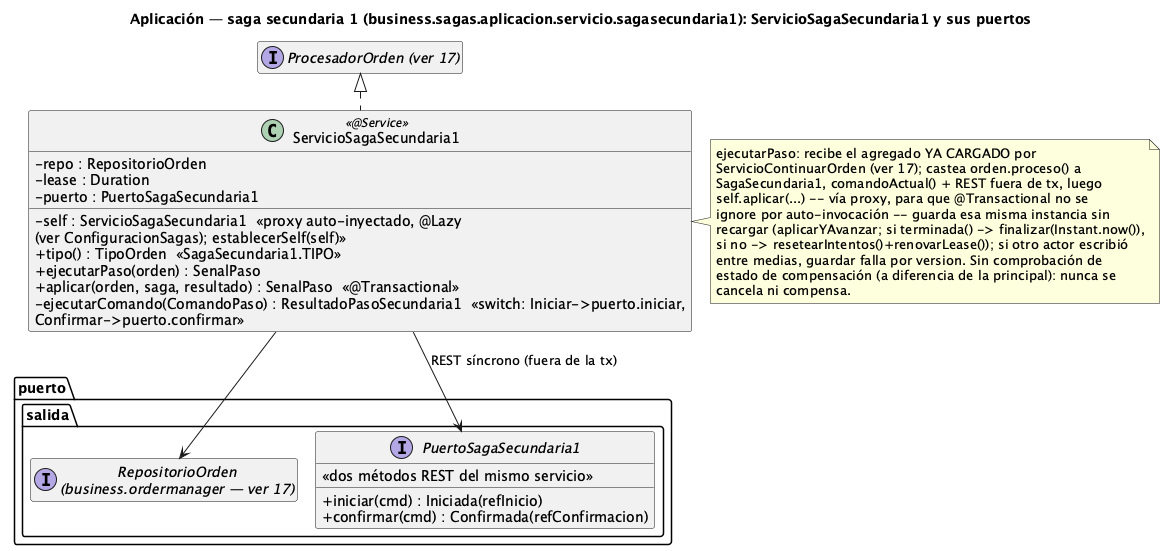
Above: order-manager/docs/19-clases-aplicacion-saga-secundaria1.png in ralcazar/patrones (PlantUML), before the change.
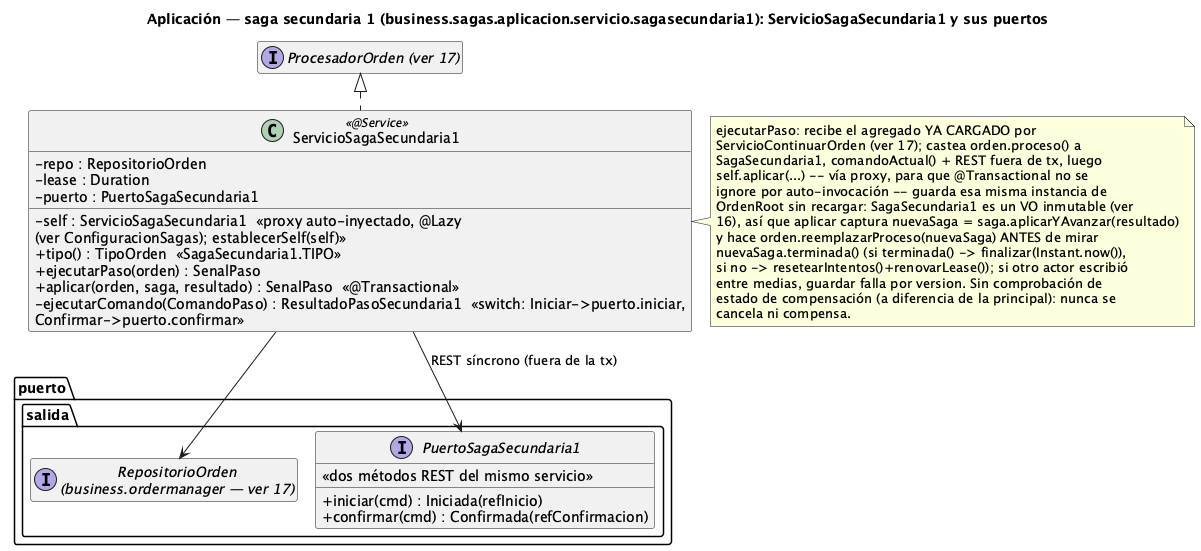
After the change.

The edit, as a diff of the source:
```diff
@@ -21,8 +21,11 @@
   ServicioContinuarOrden (ver 17); castea orden.proceso() a
   SagaSecundaria1, comandoActual() + REST fuera de tx, luego
   self.aplicar(...) -- vía proxy, para que @Transactional no se
-  ignore por auto-invocación -- guarda esa misma instancia sin
-  recargar (aplicarYAvanzar; si terminada() -> finalizar(Instant.now()),
+  ignore por auto-invocación -- guarda esa misma instancia de
+  OrdenRoot sin recargar: SagaSecundaria1 es un VO inmutable (ver
+  16), así que aplicar captura nuevaSaga = saga.aplicarYAvanzar(resultado)
+  y hace orden.reemplazarProceso(nuevaSaga) ANTES de mirar
+  nuevaSaga.terminada() (si terminada() -> finalizar(Instant.now()),
   si no -> resetearIntentos()+renovarLease()); si otro actor escribió
   entre medias, guardar falla por version. Sin comprobación de
   estado de compensación (a diferencia de la principal): nunca se
```
